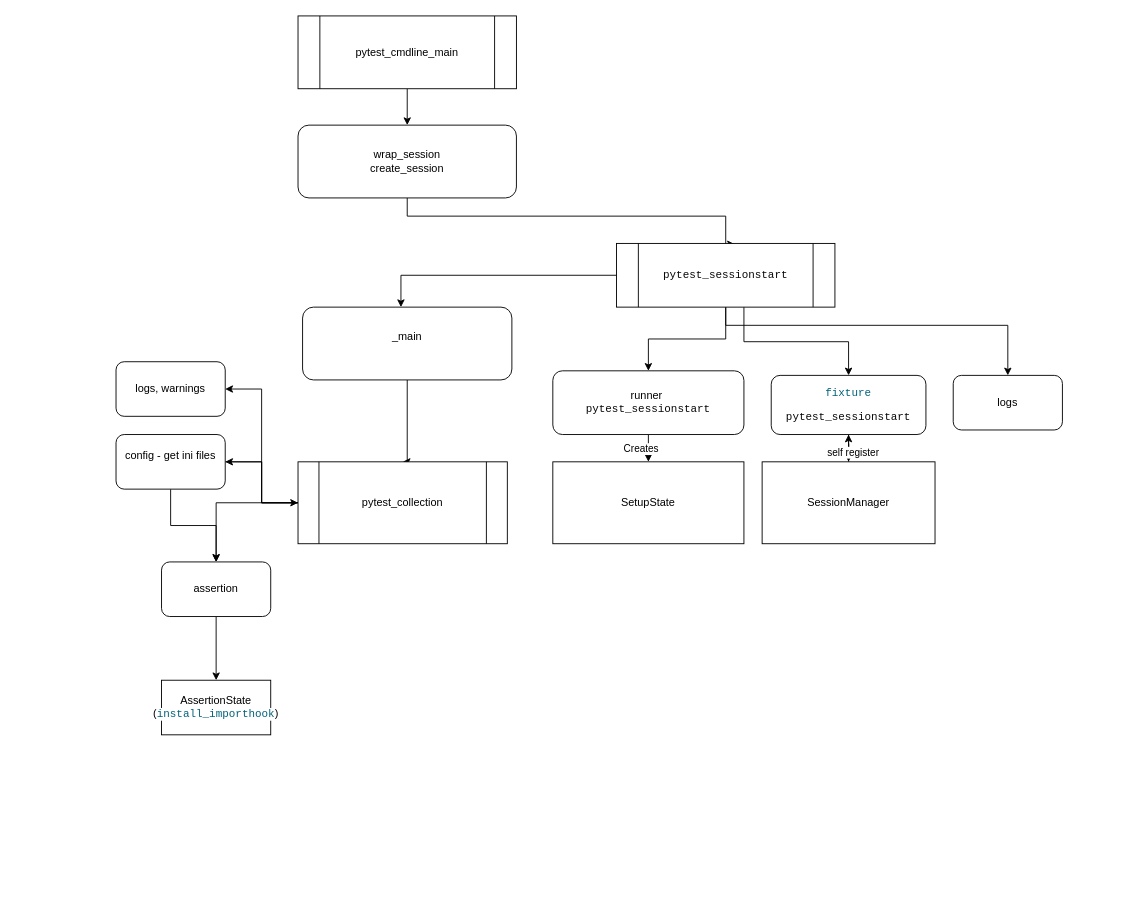
Tusenka/test keeps this draw.io diagram as Диаграмма без названия.drawio. Above is the earlier version. Source tidied: cells renumbered, new cells numbered last; positions are measured from the earlier drawing's top-left corner, leaving out a move shared by most shapes. Both pictures are drawn from the tidied source at 91%, with x=0, y=0 at pixel (116, 15).
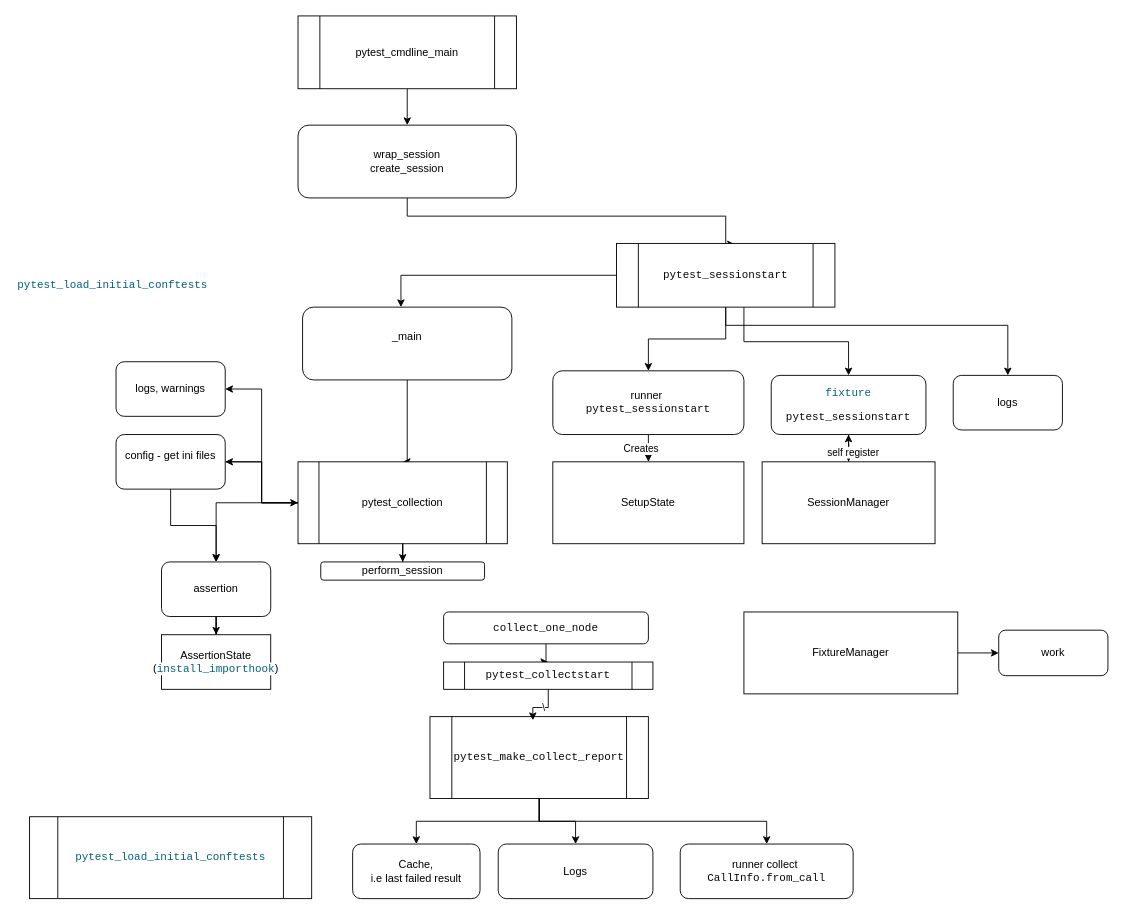
Above is the later version.

The change refers to these unchanged cells:
```xml
<mxCell id="11" value="pytest_collection" style="shape=process;whiteSpace=wrap;html=1;backgroundOutline=1;" parent="1" vertex="1">
  <mxGeometry x="200" y="490" width="230" height="90" as="geometry" />
</mxCell>
```

Diff of the diagram source:
```diff
@@
     <mxCell id="30" value="AssertionState&lt;div&gt;(&lt;span style=&quot;color: rgb(0, 98, 122); font-family: &amp;quot;JetBrains Mono&amp;quot;, monospace; background-color: rgb(255, 255, 255);&quot;&gt;install_importhook&lt;/span&gt;&lt;span style=&quot;background-color: transparent; color: light-dark(rgb(0, 0, 0), rgb(255, 255, 255));&quot;&gt;)&lt;/span&gt;&lt;/div&gt;" style="rounded=0;whiteSpace=wrap;html=1;" parent="1" vertex="1">
-      <mxGeometry x="50" y="730" width="120" height="60" as="geometry" />
+      <mxGeometry x="50" y="680" width="120" height="60" as="geometry" />
     </mxCell>
@@
+    <mxCell id="34" value="perform_session" style="rounded=1;whiteSpace=wrap;html=1;" parent="1" vertex="1">
+      <mxGeometry x="225" y="600" width="180" height="20" as="geometry" />
+    </mxCell>
+    <mxCell id="35" style="edgeStyle=orthogonalEdgeStyle;rounded=0;jettySize=auto;html=1;entryX=0.5;entryY=0;entryDx=0;entryDy=0;" parent="1" edge="1" source="11" target="34">
+      <mxGeometry relative="1" as="geometry" />
+    </mxCell>
+    <mxCell id="36" style="edgeStyle=orthogonalEdgeStyle;rounded=0;jettySize=auto;html=1;entryX=0.5;entryY=0;entryDx=0;entryDy=0;" parent="1" edge="1" source="37" target="42">
+      <mxGeometry relative="1" as="geometry" />
+    </mxCell>
+    <mxCell id="37" value="&lt;div style=&quot;background-color:#ffffff;color:#080808&quot;&gt;&lt;pre style=&quot;font-family:'JetBrains Mono',monospace;font-size:9,0pt;&quot;&gt;collect_one_node&lt;/pre&gt;&lt;/div&gt;" style="rounded=1;whiteSpace=wrap;html=1;" parent="1" vertex="1">
+      <mxGeometry x="360" y="655" width="225" height="35" as="geometry" />
+    </mxCell>
+    <mxCell id="38" style="edgeStyle=orthogonalEdgeStyle;rounded=0;jettySize=auto;html=1;entryX=0.5;entryY=0;entryDx=0;entryDy=0;" parent="1" edge="1" source="41" target="47">
+      <mxGeometry relative="1" as="geometry" />
+    </mxCell>
+    <mxCell id="39" style="edgeStyle=orthogonalEdgeStyle;rounded=0;jettySize=auto;html=1;exitX=0.5;exitY=1;exitDx=0;exitDy=0;entryX=0.5;entryY=0;entryDx=0;entryDy=0;" parent="1" edge="1" source="41" target="48">
+      <mxGeometry relative="1" as="geometry" />
+    </mxCell>
+    <mxCell id="40" style="edgeStyle=orthogonalEdgeStyle;rounded=0;jettySize=auto;html=1;" parent="1" edge="1" source="41" target="46">
+      <mxGeometry relative="1" as="geometry" />
+    </mxCell>
+    <mxCell id="41" value="&lt;div style=&quot;background-color:#ffffff;color:#080808&quot;&gt;&lt;pre style=&quot;font-family:'JetBrains Mono',monospace;font-size:9,0pt;&quot;&gt;pytest_make_collect_report&lt;/pre&gt;&lt;/div&gt;" style="shape=process;whiteSpace=wrap;html=1;backgroundOutline=1;" parent="1" vertex="1">
+      <mxGeometry x="345" y="770" width="240" height="90" as="geometry" />
+    </mxCell>
+    <mxCell id="42" value="&lt;div style=&quot;background-color:#ffffff;color:#080808&quot;&gt;&lt;pre style=&quot;font-family:'JetBrains Mono',monospace;font-size:9,0pt;&quot;&gt;pytest_collectstart&lt;/pre&gt;&lt;/div&gt;" style="shape=process;whiteSpace=wrap;html=1;backgroundOutline=1;" parent="1" vertex="1">
+      <mxGeometry x="360" y="710" width="230" height="30" as="geometry" />
+    </mxCell>
+    <mxCell id="43" style="edgeStyle=orthogonalEdgeStyle;rounded=0;jettySize=auto;html=1;" parent="1" edge="1" source="44" target="49">
+      <mxGeometry relative="1" as="geometry" />
+    </mxCell>
+    <mxCell id="44" value="FixtureManager" style="rounded=0;whiteSpace=wrap;html=1;" parent="1" vertex="1">
+      <mxGeometry x="690" y="655" width="235" height="90" as="geometry" />
+    </mxCell>
+    <mxCell id="45" value="\" style="edgeStyle=orthogonalEdgeStyle;rounded=0;jettySize=auto;html=1;entryX=0.471;entryY=0.044;entryDx=0;entryDy=0;entryPerimeter=0;" parent="1" edge="1" source="42" target="41">
+      <mxGeometry relative="1" as="geometry" />
+    </mxCell>
+    <mxCell id="46" value="Cache,&lt;div&gt;i.e last failed result&lt;/div&gt;" style="rounded=1;whiteSpace=wrap;html=1;" parent="1" vertex="1">
+      <mxGeometry x="260" y="910" width="140" height="60" as="geometry" />
+    </mxCell>
+    <mxCell id="47" value="Logs" style="rounded=1;whiteSpace=wrap;html=1;" parent="1" vertex="1">
+      <mxGeometry x="420" y="910" width="170" height="60" as="geometry" />
+    </mxCell>
+    <mxCell id="48" value="runner collect&amp;nbsp;&lt;div&gt;&lt;span style=&quot;font-family: &amp;quot;JetBrains Mono&amp;quot;, monospace; background-color: light-dark(rgb(255, 255, 255), rgb(18, 18, 18)); color: light-dark(rgb(8, 8, 8), rgb(230, 230, 230));&quot;&gt;CallInfo.from_call&lt;/span&gt;&lt;/div&gt;" style="rounded=1;whiteSpace=wrap;html=1;" parent="1" vertex="1">
+      <mxGeometry x="620" y="910" width="190" height="60" as="geometry" />
+    </mxCell>
+    <mxCell id="49" value="work" style="rounded=1;whiteSpace=wrap;html=1;" parent="1" vertex="1">
+      <mxGeometry x="970" y="675" width="120" height="50" as="geometry" />
+    </mxCell>
+    <mxCell id="50" value="&lt;div style=&quot;background-color:#ffffff;color:#080808&quot;&gt;&lt;pre style=&quot;font-family:'JetBrains Mono',monospace;font-size:9,0pt;&quot;&gt;&lt;span style=&quot;color:#00627a;&quot;&gt;pytest_load_initial_conftests&lt;/span&gt;&lt;/pre&gt;&lt;/div&gt;" style="shape=process;whiteSpace=wrap;html=1;backgroundOutline=1;" parent="1" vertex="1">
+      <mxGeometry x="-95" y="880" width="310" height="90" as="geometry" />
+    </mxCell>
+    <mxCell id="51" value="&lt;div style=&quot;background-color:#ffffff;color:#080808&quot;&gt;&lt;pre style=&quot;font-family:'JetBrains Mono',monospace;font-size:9,0pt;&quot;&gt;&lt;span style=&quot;color:#00627a;&quot;&gt;pytest_load_initial_conftests&lt;/span&gt;&lt;/pre&gt;&lt;/div&gt;" style="text;whiteSpace=wrap;html=1;" parent="1" vertex="1">
+      <mxGeometry x="-110" y="270" width="220" height="60" as="geometry" />
+    </mxCell>
```
